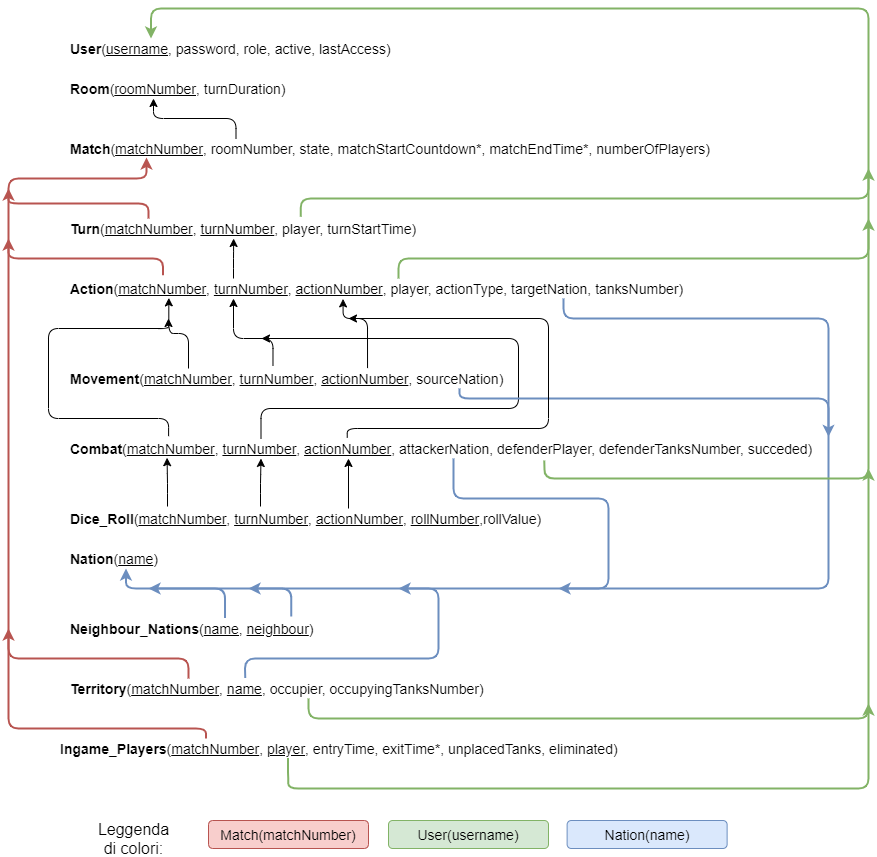
Earlier version of the draw.io export doc/ID BASED/Schema Relazionale.png (CptPackage/risiko-online). Source tidied: cells renumbered, new cells last; positions are measured from the earlier drawing's top-left corner, leaving out a move shared by most shapes. The source it was exported from:
```xml
<mxGraphModel background="#ffffff">
  <root>
    <mxCell id="0" />
    <mxCell id="1" parent="0" />
    <mxCell id="2" value="&lt;b style=&quot;font-size: 14px&quot;&gt;User&lt;/b&gt;(&lt;u style=&quot;font-size: 14px&quot;&gt;username&lt;/u&gt;, password, role, active, lastAccess)" style="text;html=1;strokeColor=none;fillColor=none;align=left;verticalAlign=middle;whiteSpace=wrap;rounded=0;fontSize=14;" parent="1" vertex="1">
      <mxGeometry x="60" y="30" width="330" height="20" as="geometry" />
    </mxCell>
    <mxCell id="3" value="&lt;b style=&quot;font-size: 14px&quot;&gt;Room&lt;/b&gt;(&lt;u&gt;roomNumber&lt;/u&gt;, turnDuration)" style="text;html=1;strokeColor=none;fillColor=none;align=left;verticalAlign=middle;whiteSpace=wrap;rounded=0;fontSize=14;" parent="1" vertex="1">
      <mxGeometry x="60" y="70" width="340" height="20" as="geometry" />
    </mxCell>
    <mxCell id="4" style="edgeStyle=orthogonalEdgeStyle;rounded=1;jettySize=auto;html=1;exitX=0.25;exitY=0;exitDx=0;exitDy=0;entryX=0.25;entryY=1;entryDx=0;entryDy=0;strokeColor=#000000;fontSize=14;" parent="1" edge="1" source="5" target="3">
      <mxGeometry relative="1" as="geometry">
        <Array as="points">
          <mxPoint x="227" y="110" />
          <mxPoint x="145" y="110" />
        </Array>
      </mxGeometry>
    </mxCell>
    <mxCell id="5" value="&lt;b style=&quot;font-size: 14px&quot;&gt;Match&lt;/b&gt;(&lt;u&gt;matchNumber&lt;/u&gt;, roomNumber, state, matchStartCountdown*, matchEndTime*, numberOfPlayers)" style="text;html=1;strokeColor=none;fillColor=none;align=left;verticalAlign=middle;whiteSpace=wrap;rounded=0;fontSize=14;" parent="1" vertex="1">
      <mxGeometry x="60" y="130" width="670" height="20" as="geometry" />
    </mxCell>
    <mxCell id="6" value="&lt;b style=&quot;font-size: 14px&quot;&gt;Turn&lt;/b&gt;(&lt;u style=&quot;font-size: 14px&quot;&gt;matchNumber&lt;/u&gt;, &lt;u&gt;turnNumber&lt;/u&gt;, player, turnStartTime)" style="text;html=1;strokeColor=none;fillColor=none;align=left;verticalAlign=middle;whiteSpace=wrap;rounded=0;fontSize=14;" parent="1" vertex="1">
      <mxGeometry x="60" y="210" width="430" height="20" as="geometry" />
    </mxCell>
    <mxCell id="7" style="edgeStyle=orthogonalEdgeStyle;rounded=1;jettySize=auto;html=1;exitX=0.25;exitY=0;exitDx=0;exitDy=0;entryX=0.384;entryY=1;entryDx=0;entryDy=0;entryPerimeter=0;strokeColor=#000000;fontSize=14;" parent="1" edge="1" source="10" target="6">
      <mxGeometry relative="1" as="geometry" />
    </mxCell>
    <mxCell id="8" style="edgeStyle=orthogonalEdgeStyle;rounded=1;jettySize=auto;html=1;exitX=0.75;exitY=1;exitDx=0;exitDy=0;strokeColor=#6c8ebf;fontSize=14;fillColor=#dae8fc;strokeWidth=2;" parent="1" edge="1" source="10">
      <mxGeometry relative="1" as="geometry">
        <mxPoint x="820" y="428.3" as="targetPoint" />
        <Array as="points">
          <mxPoint x="555" y="310" />
          <mxPoint x="820" y="310" />
        </Array>
      </mxGeometry>
    </mxCell>
    <mxCell id="9" style="edgeStyle=orthogonalEdgeStyle;rounded=1;jettySize=auto;html=1;exitX=0.5;exitY=0;exitDx=0;exitDy=0;strokeColor=#82b366;strokeWidth=2;fontSize=14;fillColor=#d5e8d4;" parent="1" edge="1" source="10">
      <mxGeometry relative="1" as="geometry">
        <mxPoint x="860" y="210" as="targetPoint" />
        <Array as="points">
          <mxPoint x="390" y="250" />
          <mxPoint x="860" y="250" />
        </Array>
      </mxGeometry>
    </mxCell>
    <mxCell id="10" value="&lt;b style=&quot;font-size: 14px&quot;&gt;Action&lt;/b&gt;(&lt;u style=&quot;font-size: 14px&quot;&gt;matchNumber&lt;/u&gt;, &lt;u&gt;turnNumber&lt;/u&gt;, &lt;u&gt;actionNumber&lt;/u&gt;, player, actionType, targetNation, tanksNumber)" style="text;html=1;strokeColor=none;fillColor=none;align=left;verticalAlign=middle;whiteSpace=wrap;rounded=0;fontSize=14;" parent="1" vertex="1">
      <mxGeometry x="60" y="270" width="660" height="20" as="geometry" />
    </mxCell>
    <mxCell id="11" style="edgeStyle=orthogonalEdgeStyle;rounded=1;jettySize=auto;html=1;exitX=0.25;exitY=0;exitDx=0;exitDy=0;entryX=0.152;entryY=0.969;entryDx=0;entryDy=0;entryPerimeter=0;strokeColor=#000000;strokeWidth=1;fontSize=14;" parent="1" edge="1" source="12" target="10">
      <mxGeometry relative="1" as="geometry" />
    </mxCell>
    <mxCell id="12" value="&lt;b&gt;Movement&lt;/b&gt;(&lt;u&gt;matchNumber&lt;/u&gt;,&amp;nbsp;&lt;u&gt;turnNumber&lt;/u&gt;,&amp;nbsp;&lt;u&gt;actionNumber&lt;/u&gt;, sourceNation)" style="text;html=1;strokeColor=none;fillColor=none;align=left;verticalAlign=middle;whiteSpace=wrap;rounded=0;fontSize=14;" parent="1" vertex="1">
      <mxGeometry x="60" y="360" width="480" height="20" as="geometry" />
    </mxCell>
    <mxCell id="13" style="edgeStyle=orthogonalEdgeStyle;rounded=1;jettySize=auto;html=1;exitX=0.25;exitY=0;exitDx=0;exitDy=0;strokeColor=#000000;fontSize=14;" parent="1" edge="1" source="15">
      <mxGeometry relative="1" as="geometry">
        <mxPoint x="253" y="330" as="targetPoint" />
        <Array as="points">
          <mxPoint x="253" y="400" />
          <mxPoint x="510" y="400" />
          <mxPoint x="510" y="330" />
        </Array>
      </mxGeometry>
    </mxCell>
    <mxCell id="14" style="edgeStyle=orthogonalEdgeStyle;rounded=1;jettySize=auto;html=1;exitX=0.5;exitY=1;exitDx=0;exitDy=0;strokeColor=#6c8ebf;fontSize=14;fillColor=#dae8fc;entryX=0.5;entryY=1;entryDx=0;entryDy=0;strokeWidth=2;" parent="1" edge="1" source="15" target="17">
      <mxGeometry relative="1" as="geometry">
        <Array as="points">
          <mxPoint x="445" y="490" />
          <mxPoint x="600" y="490" />
          <mxPoint x="600" y="580" />
          <mxPoint x="118" y="580" />
        </Array>
      </mxGeometry>
    </mxCell>
    <mxCell id="15" value="&lt;b&gt;Combat&lt;/b&gt;(&lt;u&gt;matchNumber&lt;/u&gt;,&amp;nbsp;&lt;u&gt;turnNumber&lt;/u&gt;,&amp;nbsp;&lt;u&gt;actionNumber&lt;/u&gt;, attackerNation, defenderPlayer, defenderTanksNumber, succeded)" style="text;html=1;strokeColor=none;fillColor=none;align=left;verticalAlign=middle;whiteSpace=wrap;rounded=0;fontSize=14;" parent="1" vertex="1">
      <mxGeometry x="60" y="430" width="770" height="20" as="geometry" />
    </mxCell>
    <mxCell id="16" value="&lt;b&gt;Dice_Roll&lt;/b&gt;(&lt;u&gt;matchNumber&lt;/u&gt;,&amp;nbsp;&lt;u&gt;turnNumber&lt;/u&gt;,&amp;nbsp;&lt;u&gt;actionNumber&lt;/u&gt;, &lt;u&gt;rollNumber&lt;/u&gt;,rollValue)" style="text;html=1;strokeColor=none;fillColor=none;align=left;verticalAlign=middle;whiteSpace=wrap;rounded=0;fontSize=14;" parent="1" vertex="1">
      <mxGeometry x="60" y="500" width="480" height="20" as="geometry" />
    </mxCell>
    <mxCell id="17" value="&lt;b&gt;Nation&lt;/b&gt;(&lt;u&gt;name&lt;/u&gt;)" style="text;html=1;strokeColor=none;fillColor=none;align=left;verticalAlign=middle;whiteSpace=wrap;rounded=0;fontSize=14;" parent="1" vertex="1">
      <mxGeometry x="60" y="540" width="115" height="20" as="geometry" />
    </mxCell>
    <mxCell id="18" style="edgeStyle=orthogonalEdgeStyle;rounded=1;jettySize=auto;html=1;exitX=0.25;exitY=0;exitDx=0;exitDy=0;fontSize=14;fillColor=#f8cecc;strokeColor=#b85450;strokeWidth=2;" parent="1" edge="1" source="20">
      <mxGeometry relative="1" as="geometry">
        <mxPoint y="620" as="targetPoint" />
        <Array as="points">
          <mxPoint x="180" y="650" />
          <mxPoint y="650" />
        </Array>
      </mxGeometry>
    </mxCell>
    <mxCell id="19" style="edgeStyle=orthogonalEdgeStyle;rounded=1;jettySize=auto;html=1;exitX=0.5;exitY=1;exitDx=0;exitDy=0;strokeColor=#82b366;strokeWidth=2;fontSize=14;fillColor=#d5e8d4;" parent="1" edge="1" source="20">
      <mxGeometry relative="1" as="geometry">
        <mxPoint x="860" y="460" as="targetPoint" />
        <Array as="points">
          <mxPoint x="300" y="710" />
          <mxPoint x="860" y="710" />
        </Array>
      </mxGeometry>
    </mxCell>
    <mxCell id="20" value="&lt;b&gt;Territory&lt;/b&gt;(&lt;u&gt;matchNumber&lt;/u&gt;,&amp;nbsp;&lt;u&gt;name&lt;/u&gt;,&amp;nbsp;occupier, occupyingTanksNumber)" style="text;html=1;strokeColor=none;fillColor=none;align=left;verticalAlign=middle;whiteSpace=wrap;rounded=0;fontSize=14;" parent="1" vertex="1">
      <mxGeometry x="60" y="670" width="480" height="20" as="geometry" />
    </mxCell>
    <mxCell id="21" value="&lt;b&gt;Ingame_Players&lt;/b&gt;(&lt;u&gt;matchNumber&lt;/u&gt;,&amp;nbsp;&lt;u&gt;player&lt;/u&gt;,&amp;nbsp;entryTime, exitTime*, unplacedTanks, eliminated)" style="text;html=1;strokeColor=none;fillColor=none;align=left;verticalAlign=middle;whiteSpace=wrap;rounded=0;fontSize=14;" parent="1" vertex="1">
      <mxGeometry x="50" y="730" width="590" height="20" as="geometry" />
    </mxCell>
    <mxCell id="22" style="edgeStyle=orthogonalEdgeStyle;rounded=1;jettySize=auto;html=1;exitX=0.857;exitY=-0.102;exitDx=0;exitDy=0;fontSize=14;fillColor=#dae8fc;strokeColor=#6c8ebf;exitPerimeter=0;strokeWidth=2;" parent="1" edge="1" source="24">
      <mxGeometry relative="1" as="geometry">
        <mxPoint x="240" y="580" as="targetPoint" />
        <Array as="points">
          <mxPoint x="283" y="580" />
        </Array>
      </mxGeometry>
    </mxCell>
    <mxCell id="23" style="edgeStyle=orthogonalEdgeStyle;rounded=1;jettySize=auto;html=1;exitX=0.602;exitY=-0.031;exitDx=0;exitDy=0;strokeColor=#6c8ebf;strokeWidth=2;fontSize=14;exitPerimeter=0;fillColor=#dae8fc;" parent="1" edge="1" source="24">
      <mxGeometry relative="1" as="geometry">
        <mxPoint x="140" y="580" as="targetPoint" />
        <Array as="points">
          <mxPoint x="217" y="580" />
        </Array>
      </mxGeometry>
    </mxCell>
    <mxCell id="24" value="&lt;b&gt;Neighbour_Nations&lt;/b&gt;(&lt;u&gt;name,&lt;/u&gt; &lt;u&gt;neighbour&lt;/u&gt;)" style="text;html=1;strokeColor=none;fillColor=none;align=left;verticalAlign=middle;whiteSpace=wrap;rounded=0;fontSize=14;" parent="1" vertex="1">
      <mxGeometry x="60" y="610" width="260" height="20" as="geometry" />
    </mxCell>
    <mxCell id="25" style="endArrow=classic;html=1;fontSize=14;edgeStyle=orthogonalEdgeStyle;fillColor=#f8cecc;strokeColor=#b85450;exitX=0.25;exitY=0;exitDx=0;exitDy=0;strokeWidth=2;" parent="1" edge="1" source="21">
      <mxGeometry relative="1" as="geometry">
        <mxPoint x="138" y="149" as="targetPoint" />
        <Array as="points">
          <mxPoint x="197" y="720" />
          <mxPoint y="720" />
          <mxPoint y="170" />
          <mxPoint x="138" y="170" />
        </Array>
      </mxGeometry>
    </mxCell>
    <mxCell id="26" style="endArrow=classic;html=1;fontSize=14;edgeStyle=orthogonalEdgeStyle;exitX=0.186;exitY=0;exitDx=0;exitDy=0;exitPerimeter=0;fillColor=#f8cecc;strokeColor=#b85450;strokeWidth=2;" parent="1" edge="1" source="6">
      <mxGeometry relative="1" as="geometry">
        <mxPoint y="180" as="targetPoint" />
      </mxGeometry>
    </mxCell>
    <mxCell id="27" style="endArrow=classic;html=1;fontSize=14;exitX=0.143;exitY=-0.167;exitDx=0;exitDy=0;exitPerimeter=0;edgeStyle=orthogonalEdgeStyle;fillColor=#f8cecc;strokeColor=#b85450;strokeWidth=2;" parent="1" edge="1" source="10">
      <mxGeometry relative="1" as="geometry">
        <mxPoint y="230" as="targetPoint" />
        <Array as="points">
          <mxPoint x="154" y="250" />
          <mxPoint y="250" />
        </Array>
      </mxGeometry>
    </mxCell>
    <mxCell id="28" style="endArrow=classic;html=1;strokeColor=#82b366;fontSize=14;exitX=0.54;exitY=-0.083;exitDx=0;exitDy=0;exitPerimeter=0;edgeStyle=orthogonalEdgeStyle;entryX=0.25;entryY=0;entryDx=0;entryDy=0;fillColor=#d5e8d4;strokeWidth=2;" parent="1" edge="1" source="6" target="2">
      <mxGeometry relative="1" as="geometry">
        <Array as="points">
          <mxPoint x="292" y="190" />
          <mxPoint x="860" y="190" />
          <mxPoint x="860" />
          <mxPoint x="143" />
        </Array>
      </mxGeometry>
    </mxCell>
    <mxCell id="29" style="endArrow=classic;html=1;strokeColor=#000000;fontSize=14;entryX=0.25;entryY=1;entryDx=0;entryDy=0;exitX=0.426;exitY=-0.125;exitDx=0;exitDy=0;exitPerimeter=0;edgeStyle=orthogonalEdgeStyle;" parent="1" edge="1" source="12" target="10">
      <mxGeometry relative="1" as="geometry">
        <Array as="points">
          <mxPoint x="265" y="330" />
          <mxPoint x="225" y="330" />
        </Array>
      </mxGeometry>
    </mxCell>
    <mxCell id="30" style="endArrow=classic;html=1;strokeColor=#000000;fontSize=14;entryX=0.25;entryY=1;entryDx=0;entryDy=0;edgeStyle=orthogonalEdgeStyle;" parent="1" edge="1" target="15">
      <mxGeometry relative="1" as="geometry">
        <mxPoint x="252" y="498" as="sourcePoint" />
        <Array as="points">
          <mxPoint x="252" y="475" />
          <mxPoint x="253" y="475" />
        </Array>
      </mxGeometry>
    </mxCell>
    <mxCell id="31" style="endArrow=classic;html=1;strokeColor=#000000;fontSize=14;entryX=0.25;entryY=1;entryDx=0;entryDy=0;" parent="1" edge="1">
      <mxGeometry relative="1" as="geometry">
        <mxPoint x="340" y="500" as="sourcePoint" />
        <mxPoint x="340" y="450" as="targetPoint" />
      </mxGeometry>
    </mxCell>
    <mxCell id="32" style="endArrow=classic;html=1;strokeColor=#6c8ebf;fontSize=14;edgeStyle=orthogonalEdgeStyle;fillColor=#dae8fc;strokeWidth=2;" parent="1" edge="1">
      <mxGeometry relative="1" as="geometry">
        <mxPoint x="451" y="380" as="sourcePoint" />
        <mxPoint x="550" y="580" as="targetPoint" />
        <Array as="points">
          <mxPoint x="451" y="390" />
          <mxPoint x="820" y="390" />
          <mxPoint x="820" y="580" />
        </Array>
      </mxGeometry>
    </mxCell>
    <mxCell id="33" style="endArrow=classic;html=1;strokeColor=#82b366;fontSize=14;exitX=0.618;exitY=1.1;exitDx=0;exitDy=0;exitPerimeter=0;fillColor=#d5e8d4;edgeStyle=orthogonalEdgeStyle;strokeWidth=2;" parent="1" edge="1" source="15">
      <mxGeometry relative="1" as="geometry">
        <mxPoint x="860" y="160" as="targetPoint" />
        <Array as="points">
          <mxPoint x="536" y="470" />
          <mxPoint x="860" y="470" />
          <mxPoint x="860" y="180" />
        </Array>
      </mxGeometry>
    </mxCell>
    <mxCell id="34" style="endArrow=classic;html=1;strokeWidth=1;fontSize=14;entryX=0.416;entryY=1.02;entryDx=0;entryDy=0;entryPerimeter=0;exitX=0.623;exitY=-0.02;exitDx=0;exitDy=0;exitPerimeter=0;edgeStyle=orthogonalEdgeStyle;" parent="1" edge="1" source="12" target="10">
      <mxGeometry relative="1" as="geometry">
        <Array as="points">
          <mxPoint x="359" y="310" />
          <mxPoint x="335" y="310" />
        </Array>
      </mxGeometry>
    </mxCell>
    <mxCell id="35" style="endArrow=classic;html=1;strokeColor=#000000;strokeWidth=1;fontSize=14;exitX=0.13;exitY=-0.117;exitDx=0;exitDy=0;exitPerimeter=0;edgeStyle=orthogonalEdgeStyle;" parent="1" edge="1" source="15">
      <mxGeometry relative="1" as="geometry">
        <mxPoint x="160" y="310" as="targetPoint" />
        <Array as="points">
          <mxPoint x="160" y="410" />
          <mxPoint x="40" y="410" />
          <mxPoint x="40" y="320" />
          <mxPoint x="160" y="320" />
        </Array>
      </mxGeometry>
    </mxCell>
    <mxCell id="36" style="endArrow=classic;html=1;strokeColor=#000000;strokeWidth=1;fontSize=14;exitX=0.362;exitY=-0.042;exitDx=0;exitDy=0;exitPerimeter=0;edgeStyle=orthogonalEdgeStyle;" parent="1" edge="1" source="15">
      <mxGeometry relative="1" as="geometry">
        <mxPoint x="340" y="310" as="targetPoint" />
        <Array as="points">
          <mxPoint x="339" y="420" />
          <mxPoint x="540" y="420" />
          <mxPoint x="540" y="310" />
        </Array>
      </mxGeometry>
    </mxCell>
    <mxCell id="37" style="endArrow=classic;html=1;strokeColor=#6c8ebf;strokeWidth=2;fontSize=14;exitX=0.368;exitY=-0.031;exitDx=0;exitDy=0;exitPerimeter=0;edgeStyle=orthogonalEdgeStyle;fillColor=#dae8fc;" parent="1" edge="1" source="20">
      <mxGeometry relative="1" as="geometry">
        <mxPoint x="390" y="580" as="targetPoint" />
        <Array as="points">
          <mxPoint x="237" y="650" />
          <mxPoint x="430" y="650" />
          <mxPoint x="430" y="580" />
        </Array>
      </mxGeometry>
    </mxCell>
    <mxCell id="38" style="endArrow=classic;html=1;strokeColor=#82b366;strokeWidth=2;fontSize=14;edgeStyle=orthogonalEdgeStyle;fillColor=#d5e8d4;exitX=0.389;exitY=0.98;exitDx=0;exitDy=0;exitPerimeter=0;" parent="1" edge="1" source="21">
      <mxGeometry relative="1" as="geometry">
        <mxPoint x="860" y="695" as="targetPoint" />
        <Array as="points">
          <mxPoint x="280" y="760" />
          <mxPoint x="280" y="780" />
          <mxPoint x="730" y="780" />
        </Array>
      </mxGeometry>
    </mxCell>
    <mxCell id="39" value="&lt;span class=&quot;ILfuVd&quot; style=&quot;font-size: medium ; white-space: normal&quot;&gt;&lt;span class=&quot;hgKElc&quot;&gt;Leggenda di colori:&lt;b&gt;&lt;/b&gt;&lt;/span&gt;&lt;/span&gt;" style="text;html=1;align=center;verticalAlign=middle;fontSize=14;" parent="1" vertex="1">
      <mxGeometry x="50" y="820" width="150" height="20" as="geometry" />
    </mxCell>
    <mxCell id="40" value="Match(matchNumber)" style="rounded=1;whiteSpace=wrap;html=1;fontSize=14;align=center;fillColor=#f8cecc;strokeColor=#b85450;" parent="1" vertex="1">
      <mxGeometry x="200" y="812" width="160" height="28" as="geometry" />
    </mxCell>
    <mxCell id="41" value="User(username)" style="rounded=1;whiteSpace=wrap;html=1;fontSize=14;align=center;fillColor=#d5e8d4;strokeColor=#82b366;" parent="1" vertex="1">
      <mxGeometry x="380" y="812" width="160" height="28" as="geometry" />
    </mxCell>
    <mxCell id="42" value="Nation(name)" style="rounded=1;whiteSpace=wrap;html=1;fontSize=14;align=center;fillColor=#dae8fc;strokeColor=#6c8ebf;" parent="1" vertex="1">
      <mxGeometry x="558.6" y="812" width="160" height="28" as="geometry" />
    </mxCell>
    <mxCell id="43" style="endArrow=classic;html=1;strokeColor=#000000;fontSize=14;entryX=0.128;entryY=0.96;entryDx=0;entryDy=0;entryPerimeter=0;edgeStyle=orthogonalEdgeStyle;" parent="1" edge="1" target="15">
      <mxGeometry relative="1" as="geometry">
        <mxPoint x="159" y="498" as="sourcePoint" />
        <Array as="points">
          <mxPoint x="159" y="498" />
          <mxPoint x="159" y="475" />
          <mxPoint x="159" y="475" />
        </Array>
      </mxGeometry>
    </mxCell>
  </root>
</mxGraphModel>
```
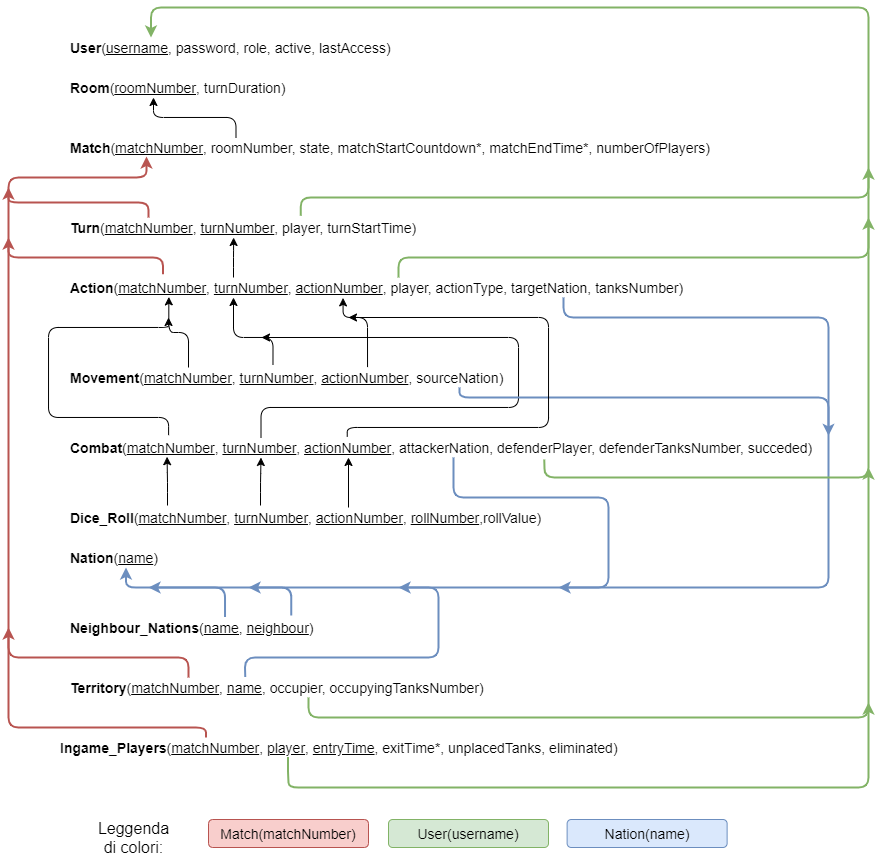
Later version of the same file.

Diff of the diagram source:
```diff
@@ -102,7 +102,7 @@
     <mxCell id="20" value="&lt;b&gt;Territory&lt;/b&gt;(&lt;u&gt;matchNumber&lt;/u&gt;,&amp;nbsp;&lt;u&gt;name&lt;/u&gt;,&amp;nbsp;occupier, occupyingTanksNumber)" style="text;html=1;strokeColor=none;fillColor=none;align=left;verticalAlign=middle;whiteSpace=wrap;rounded=0;fontSize=14;" parent="1" vertex="1">
       <mxGeometry x="60" y="670" width="480" height="20" as="geometry" />
     </mxCell>
-    <mxCell id="21" value="&lt;b&gt;Ingame_Players&lt;/b&gt;(&lt;u&gt;matchNumber&lt;/u&gt;,&amp;nbsp;&lt;u&gt;player&lt;/u&gt;,&amp;nbsp;entryTime, exitTime*, unplacedTanks, eliminated)" style="text;html=1;strokeColor=none;fillColor=none;align=left;verticalAlign=middle;whiteSpace=wrap;rounded=0;fontSize=14;" parent="1" vertex="1">
+    <mxCell id="21" value="&lt;b&gt;Ingame_Players&lt;/b&gt;(&lt;u&gt;matchNumber&lt;/u&gt;,&amp;nbsp;&lt;u&gt;player&lt;/u&gt;,&amp;nbsp;&lt;u&gt;entryTime&lt;/u&gt;, exitTime*, unplacedTanks, eliminated)" style="text;html=1;strokeColor=none;fillColor=none;align=left;verticalAlign=middle;whiteSpace=wrap;rounded=0;fontSize=14;" parent="1" vertex="1">
       <mxGeometry x="50" y="730" width="590" height="20" as="geometry" />
     </mxCell>
     <mxCell id="22" style="edgeStyle=orthogonalEdgeStyle;rounded=1;jettySize=auto;html=1;exitX=0.857;exitY=-0.102;exitDx=0;exitDy=0;fontSize=14;fillColor=#dae8fc;strokeColor=#6c8ebf;exitPerimeter=0;strokeWidth=2;" parent="1" edge="1" source="24">
```
